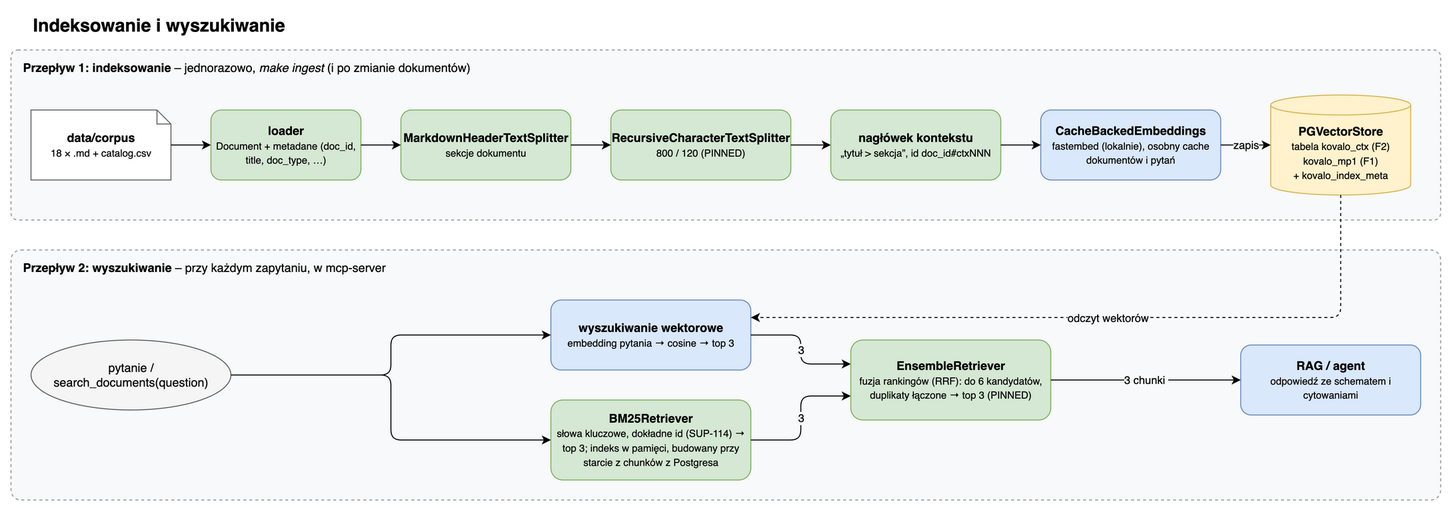
This is docs/architecture/kovalo-architecture-3-ingest.png from oszypczy/kovalo-copilot, a draw.io export, as it was before one commit. Source tidied: cells renumbered, new cells last; positions are measured from the earlier drawing's top-left corner, leaving out a move shared by most shapes.
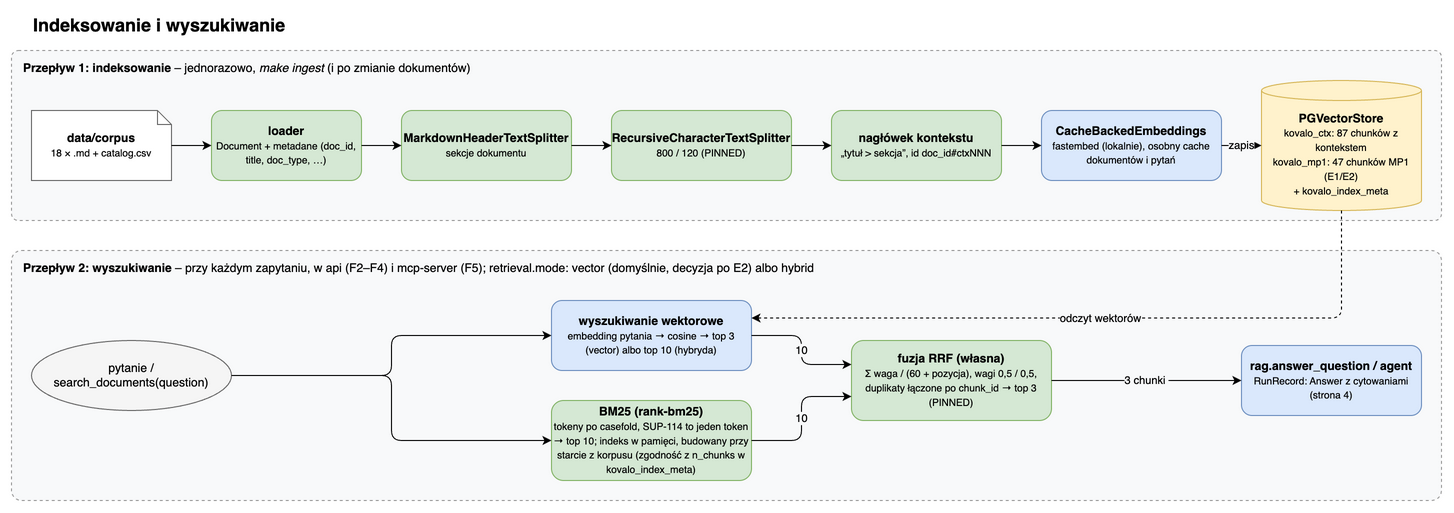
After the commit.

Change to the diagram source:
```diff
@@ -8,7 +8,7 @@
     <mxCell id="3" value="&lt;b&gt;Przepływ 1: indeksowanie&lt;/b&gt; – jednorazowo, &lt;i&gt;make ingest&lt;/i&gt; (i po zmianie dokumentów)" style="rounded=1;arcSize=4;align=left;verticalAlign=top;spacingLeft=10;spacingTop=4;fillColor=#f8f9fa;strokeColor=#999999;dashed=1;whiteSpace=wrap;html=1;" parent="1" vertex="1">
       <mxGeometry y="40" width="1430" height="170" as="geometry" />
     </mxCell>
-    <mxCell id="4" value="&lt;b&gt;Przepływ 2: wyszukiwanie&lt;/b&gt; – przy każdym zapytaniu, w mcp-server" style="rounded=1;arcSize=4;align=left;verticalAlign=top;spacingLeft=10;spacingTop=4;fillColor=#f8f9fa;strokeColor=#999999;dashed=1;whiteSpace=wrap;html=1;" parent="1" vertex="1">
+    <mxCell id="4" value="&lt;b&gt;Przepływ 2: wyszukiwanie&lt;/b&gt; – przy każdym zapytaniu, w api (F2–F4) i mcp-server (F5); retrieval.mode: vector (domyślnie, decyzja po E2) albo hybrid" style="rounded=1;arcSize=4;align=left;verticalAlign=top;spacingLeft=10;spacingTop=4;fillColor=#f8f9fa;strokeColor=#999999;dashed=1;whiteSpace=wrap;html=1;" parent="1" vertex="1">
       <mxGeometry y="240" width="1430" height="250" as="geometry" />
     </mxCell>
     <mxCell id="5" value="&lt;b&gt;data/corpus&lt;/b&gt;&lt;br&gt;&lt;font style=&quot;font-size:10px&quot;&gt;18 × .md + catalog.csv&lt;/font&gt;" style="shape=note;size=14;fillColor=#ffffff;strokeColor=#666666;whiteSpace=wrap;html=1;" parent="1" vertex="1">
@@ -29,22 +29,22 @@
     <mxCell id="10" value="&lt;b&gt;CacheBackedEmbeddings&lt;/b&gt;&lt;br&gt;&lt;font style=&quot;font-size:10px&quot;&gt;fastembed (lokalnie), osobny cache dokumentów i pytań&lt;/font&gt;" style="rounded=1;fillColor=#dae8fc;strokeColor=#6c8ebf;whiteSpace=wrap;html=1;" parent="1" vertex="1">
       <mxGeometry x="1030" y="100" width="180" height="70" as="geometry" />
     </mxCell>
-    <mxCell id="11" value="&lt;b&gt;PGVectorStore&lt;/b&gt;&lt;br&gt;&lt;font style=&quot;font-size:10px&quot;&gt;tabela kovalo_ctx (F2)&lt;br&gt;kovalo_mp1 (F1)&lt;br&gt;+ kovalo_index_meta&lt;/font&gt;" style="shape=cylinder3;boundedLbl=1;size=10;fillColor=#fff2cc;strokeColor=#d6b656;whiteSpace=wrap;html=1;" parent="1" vertex="1">
-      <mxGeometry x="1260" y="85" width="140" height="100" as="geometry" />
+    <mxCell id="11" value="&lt;b&gt;PGVectorStore&lt;/b&gt;&lt;br&gt;&lt;font style=&quot;font-size:10px&quot;&gt;kovalo_ctx: 87 chunków z kontekstem&lt;br&gt;kovalo_mp1: 47 chunków MP1 (E1/E2)&lt;br&gt;+ kovalo_index_meta&lt;/font&gt;" style="shape=cylinder3;boundedLbl=1;size=10;fillColor=#fff2cc;strokeColor=#d6b656;whiteSpace=wrap;html=1;" parent="1" vertex="1">
+      <mxGeometry x="1250" y="70" width="160" height="130" as="geometry" />
     </mxCell>
     <mxCell id="12" value="pytanie /&lt;br&gt;search_documents(question)" style="ellipse;fillColor=#f5f5f5;strokeColor=#666666;whiteSpace=wrap;html=1;" parent="1" vertex="1">
       <mxGeometry x="20" y="330" width="200" height="70" as="geometry" />
     </mxCell>
-    <mxCell id="13" value="&lt;b&gt;wyszukiwanie wektorowe&lt;/b&gt;&lt;br&gt;&lt;font style=&quot;font-size:10px&quot;&gt;embedding pytania → cosine → top 3&lt;/font&gt;" style="rounded=1;fillColor=#dae8fc;strokeColor=#6c8ebf;whiteSpace=wrap;html=1;" parent="1" vertex="1">
+    <mxCell id="13" value="&lt;b&gt;wyszukiwanie wektorowe&lt;/b&gt;&lt;br&gt;&lt;font style=&quot;font-size:10px&quot;&gt;embedding pytania → cosine → top 3 (vector) albo top 10 (hybryda)&lt;/font&gt;" style="rounded=1;fillColor=#dae8fc;strokeColor=#6c8ebf;whiteSpace=wrap;html=1;" parent="1" vertex="1">
       <mxGeometry x="540" y="290" width="200" height="70" as="geometry" />
     </mxCell>
-    <mxCell id="14" value="&lt;b&gt;BM25Retriever&lt;/b&gt;&lt;br&gt;&lt;font style=&quot;font-size:10px&quot;&gt;słowa kluczowe, dokładne id (SUP-114) → top 3; indeks w pamięci, budowany przy starcie z chunków z Postgresa&lt;/font&gt;" style="rounded=1;fillColor=#d5e8d4;strokeColor=#82b366;whiteSpace=wrap;html=1;" parent="1" vertex="1">
+    <mxCell id="14" value="&lt;b&gt;BM25 (rank-bm25)&lt;/b&gt;&lt;br&gt;&lt;font style=&quot;font-size:10px&quot;&gt;tokeny po casefold, SUP-114 to jeden token → top 10; indeks w pamięci, budowany przy starcie z korpusu (zgodność z n_chunks w kovalo_index_meta)&lt;/font&gt;" style="rounded=1;fillColor=#d5e8d4;strokeColor=#82b366;whiteSpace=wrap;html=1;" parent="1" vertex="1">
       <mxGeometry x="540" y="390" width="200" height="80" as="geometry" />
     </mxCell>
-    <mxCell id="15" value="&lt;b&gt;EnsembleRetriever&lt;/b&gt;&lt;br&gt;&lt;font style=&quot;font-size:10px&quot;&gt;fuzja rankingów (RRF): do 6 kandydatów, duplikaty łączone → top 3 (PINNED)&lt;/font&gt;" style="rounded=1;fillColor=#d5e8d4;strokeColor=#82b366;whiteSpace=wrap;html=1;" parent="1" vertex="1">
+    <mxCell id="15" value="&lt;b&gt;fuzja RRF (własna)&lt;/b&gt;&lt;br&gt;&lt;font style=&quot;font-size:10px&quot;&gt;Σ waga / (60 + pozycja), wagi 0,5 / 0,5, duplikaty łączone po chunk_id → top 3 (PINNED)&lt;/font&gt;" style="rounded=1;fillColor=#d5e8d4;strokeColor=#82b366;whiteSpace=wrap;html=1;" parent="1" vertex="1">
       <mxGeometry x="840" y="330" width="200" height="80" as="geometry" />
     </mxCell>
-    <mxCell id="16" value="&lt;b&gt;RAG / agent&lt;/b&gt;&lt;br&gt;&lt;font style=&quot;font-size:10px&quot;&gt;odpowiedź ze schematem i cytowaniami&lt;/font&gt;" style="rounded=1;fillColor=#dae8fc;strokeColor=#6c8ebf;whiteSpace=wrap;html=1;" parent="1" vertex="1">
+    <mxCell id="16" value="&lt;b&gt;rag.answer_question / agent&lt;/b&gt;&lt;br&gt;&lt;font style=&quot;font-size:10px&quot;&gt;RunRecord: Answer z cytowaniami (strona 4)&lt;/font&gt;" style="rounded=1;fillColor=#dae8fc;strokeColor=#6c8ebf;whiteSpace=wrap;html=1;" parent="1" vertex="1">
       <mxGeometry x="1230" y="335" width="180" height="70" as="geometry" />
     </mxCell>
     <mxCell id="17" style="edgeStyle=orthogonalEdgeStyle;rounded=1;html=1;defaultLabelBackgroundColor=page;" parent="1" edge="1" source="5" target="6">
@@ -78,10 +78,10 @@
         </Array>
       </mxGeometry>
     </mxCell>
-    <mxCell id="26" value="3" style="edgeStyle=orthogonalEdgeStyle;rounded=1;html=1;defaultLabelBackgroundColor=page;exitX=1;exitY=0.5;entryX=0;entryY=0.3;" parent="1" edge="1" source="13" target="15">
+    <mxCell id="26" value="10" style="edgeStyle=orthogonalEdgeStyle;rounded=1;html=1;defaultLabelBackgroundColor=page;exitX=1;exitY=0.5;entryX=0;entryY=0.3;" parent="1" edge="1" source="13" target="15">
       <mxGeometry relative="1" as="geometry" />
     </mxCell>
-    <mxCell id="27" value="3" style="edgeStyle=orthogonalEdgeStyle;rounded=1;html=1;defaultLabelBackgroundColor=page;exitX=1;exitY=0.5;entryX=0;entryY=0.7;" parent="1" edge="1" source="14" target="15">
+    <mxCell id="27" value="10" style="edgeStyle=orthogonalEdgeStyle;rounded=1;html=1;defaultLabelBackgroundColor=page;exitX=1;exitY=0.5;entryX=0;entryY=0.7;" parent="1" edge="1" source="14" target="15">
       <mxGeometry relative="1" as="geometry" />
     </mxCell>
     <mxCell id="28" value="3 chunki&amp;nbsp;" style="edgeStyle=orthogonalEdgeStyle;rounded=1;html=1;defaultLabelBackgroundColor=page;" parent="1" edge="1" source="15" target="16">
```
